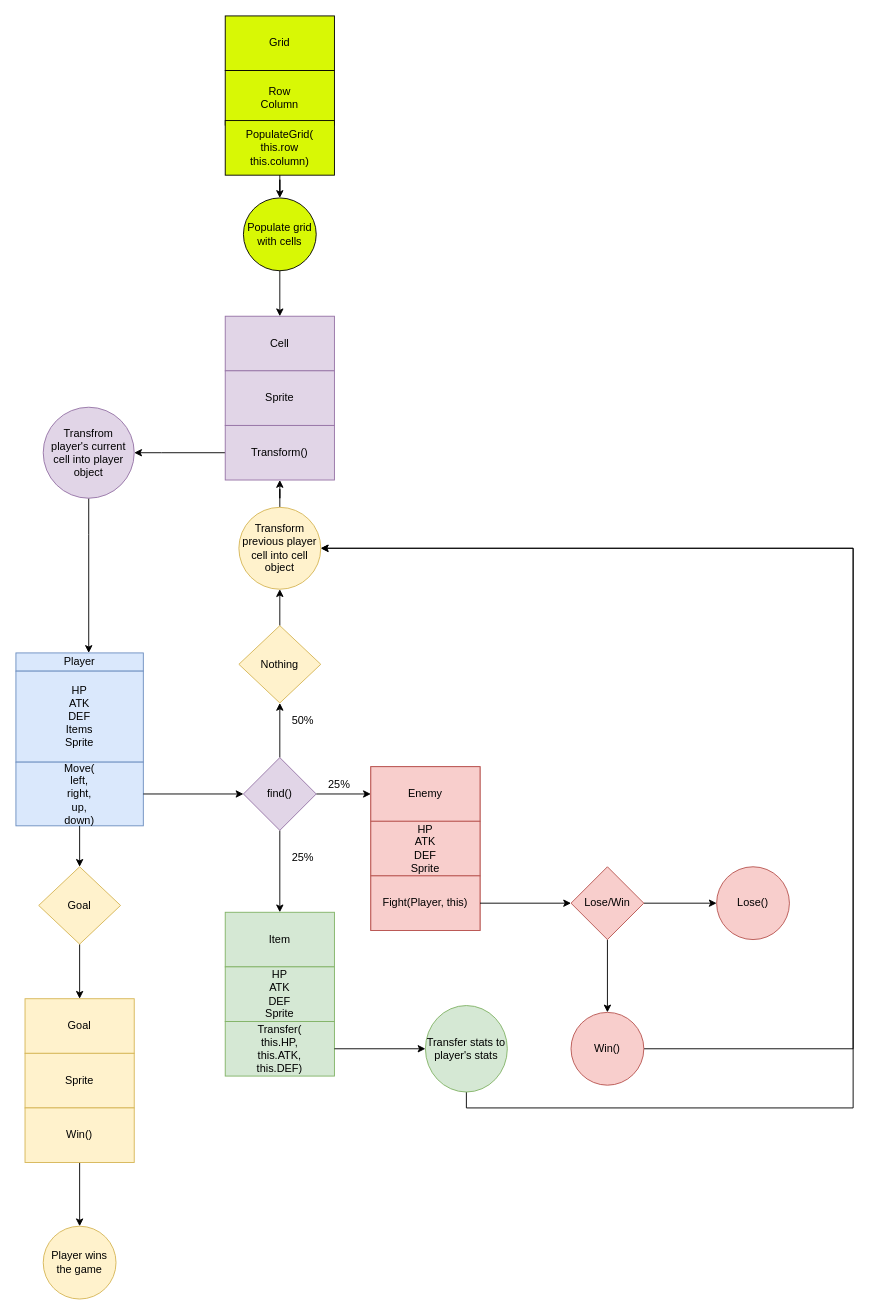
Above: Class Diagram.drawio in bombasticman/rpgGame (draw.io), before the change. Source tidied: cells renumbered, new cells numbered last; positions are measured from the earlier drawing's top-left corner, leaving out a move shared by most shapes. Both pictures are drawn from the tidied source at 91%, with x=0, y=0 at pixel (15, 15).
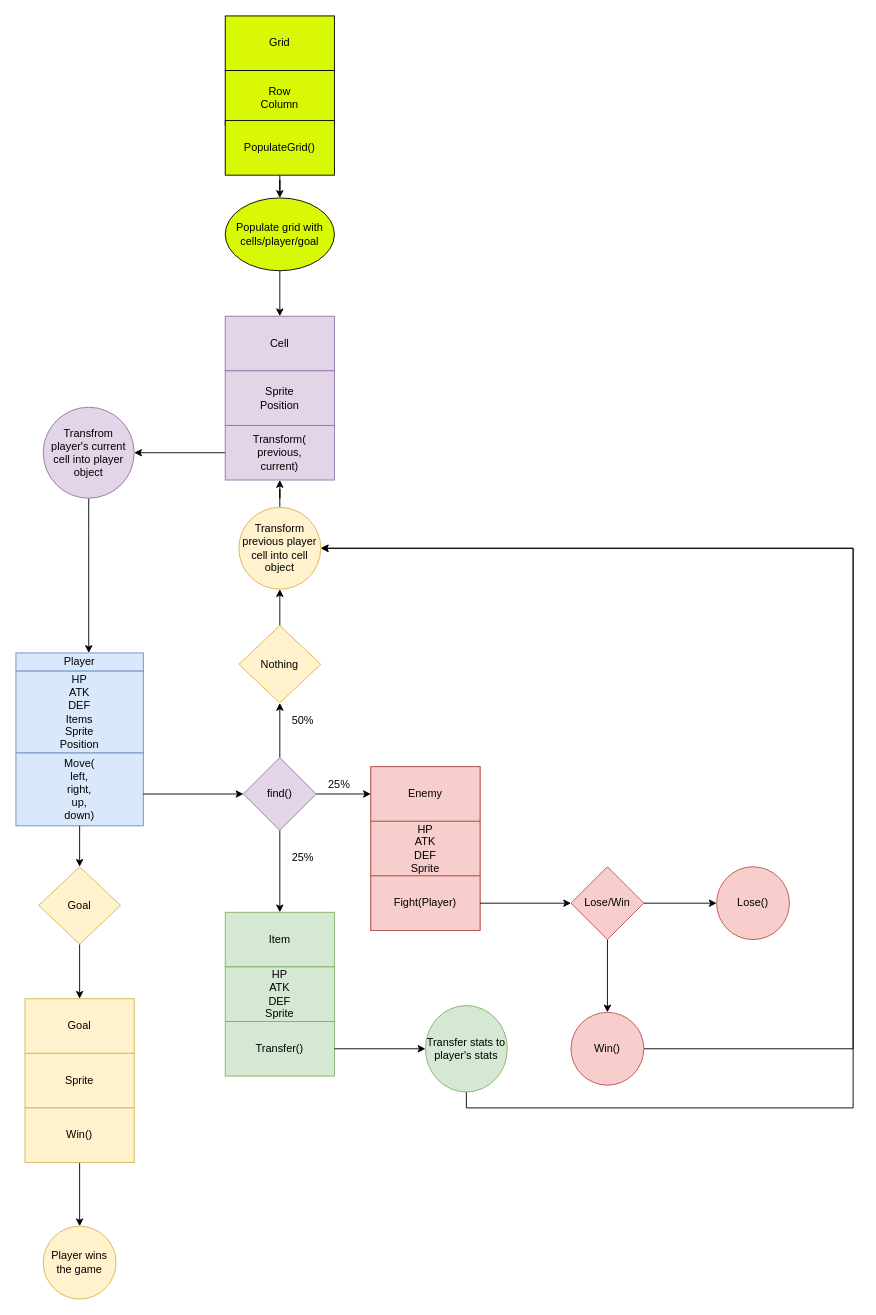
The same diagram, later.

The change refers to these unchanged cells:
```xml
<mxCell id="2" style="group;glass=0;" parent="1" vertex="1">
  <mxGeometry y="700" width="140" height="190" as="geometry" />
</mxCell>
<mxCell id="9" value="find()" style="rhombus;whiteSpace=wrap;html=1;rounded=0;fillColor=#e1d5e7;strokeColor=#9673a6;" parent="1" vertex="1">
  <mxGeometry x="250" y="815" width="80" height="80" as="geometry" />
</mxCell>
<mxCell id="15" style="group;fillColor=#f8cecc;strokeColor=#b85450;" parent="1" vertex="1">
  <mxGeometry x="390" y="825" width="120" height="180" as="geometry" />
</mxCell>
<mxCell id="19" style="group;" parent="1" vertex="1">
  <mxGeometry x="230" y="985" width="120" height="180" as="geometry" />
</mxCell>
<mxCell id="38" style="group;" parent="1" vertex="1">
  <mxGeometry x="230" y="330" width="120" height="180" as="geometry" />
</mxCell>
<mxCell id="42" style="group;" parent="1" vertex="1">
  <mxGeometry x="230" width="120" height="780" as="geometry" />
</mxCell>
```

What changed in the source:
```diff
@@
-    <mxCell id="4" value="HP&lt;br&gt;ATK&lt;br&gt;DEF&lt;br&gt;Items&lt;br&gt;Sprite" style="rounded=0;whiteSpace=wrap;html=1;fillColor=#dae8fc;strokeColor=#6c8ebf;" parent="2" vertex="1">
-      <mxGeometry y="20" width="140" height="100" as="geometry" />
+    <mxCell id="4" value="HP&lt;br&gt;ATK&lt;br&gt;DEF&lt;br&gt;Items&lt;br&gt;Sprite&lt;br&gt;Position" style="rounded=0;whiteSpace=wrap;html=1;fillColor=#dae8fc;strokeColor=#6c8ebf;" parent="2" vertex="1">
+      <mxGeometry y="20" width="140" height="90" as="geometry" />
     </mxCell>
     <mxCell id="5" value="Move(&lt;br&gt;left,&lt;br&gt;right,&lt;br&gt;up,&lt;br&gt;down)" style="rounded=0;whiteSpace=wrap;html=1;fillColor=#dae8fc;strokeColor=#6c8ebf;" parent="2" vertex="1">
-      <mxGeometry y="120" width="140" height="70" as="geometry" />
+      <mxGeometry y="110" width="140" height="80" as="geometry" />
     </mxCell>
@@
-    <mxCell id="10" style="edgeStyle=orthogonalEdgeStyle;rounded=0;jettySize=auto;html=1;" parent="1" edge="1" source="5" target="9">
+    <mxCell id="10" style="edgeStyle=orthogonalEdgeStyle;rounded=0;jettySize=auto;html=1;exitX=1;exitY=0.563;exitDx=0;exitDy=0;exitPerimeter=0;" parent="1" edge="1" source="5" target="9">
       <mxGeometry relative="1" as="geometry" />
     </mxCell>
@@
-    <mxCell id="18" value="Fight(Player, this)" style="rounded=0;whiteSpace=wrap;html=1;fillColor=#f8cecc;strokeColor=#b85450;" parent="15" vertex="1">
+    <mxCell id="18" value="Fight(Player)" style="rounded=0;whiteSpace=wrap;html=1;fillColor=#f8cecc;strokeColor=#b85450;" parent="15" vertex="1">
       <mxGeometry y="120" width="120" height="60" as="geometry" />
     </mxCell>
@@
-    <mxCell id="22" value="Transfer(&lt;br&gt;this.HP,&lt;br&gt;this.ATK,&lt;br&gt;this.DEF)" style="rounded=0;whiteSpace=wrap;html=1;fillColor=#d5e8d4;strokeColor=#82b366;" parent="19" vertex="1">
+    <mxCell id="22" value="Transfer()" style="rounded=0;whiteSpace=wrap;html=1;fillColor=#d5e8d4;strokeColor=#82b366;" parent="19" vertex="1">
       <mxGeometry y="120" width="120" height="60" as="geometry" />
     </mxCell>
@@
-    <mxCell id="40" value="Sprite" style="rounded=0;whiteSpace=wrap;html=1;glass=0;fillColor=#e1d5e7;strokeColor=#9673a6;" parent="38" vertex="1">
+    <mxCell id="40" value="Sprite&lt;br&gt;Position" style="rounded=0;whiteSpace=wrap;html=1;glass=0;fillColor=#e1d5e7;strokeColor=#9673a6;" parent="38" vertex="1">
       <mxGeometry y="60" width="120" height="60" as="geometry" />
     </mxCell>
-    <mxCell id="41" value="Transform()" style="rounded=0;whiteSpace=wrap;html=1;glass=0;fillColor=#e1d5e7;strokeColor=#9673a6;" parent="38" vertex="1">
+    <mxCell id="41" value="Transform(&lt;br&gt;previous,&lt;br&gt;current)" style="rounded=0;whiteSpace=wrap;html=1;glass=0;fillColor=#e1d5e7;strokeColor=#9673a6;" parent="38" vertex="1">
       <mxGeometry y="120" width="120" height="60" as="geometry" />
     </mxCell>
@@
-    <mxCell id="45" value="PopulateGrid(&lt;br&gt;this.row&lt;br&gt;this.column)" style="rounded=0;whiteSpace=wrap;html=1;glass=0;fillColor=#D8F805;" parent="42" vertex="1">
+    <mxCell id="45" value="PopulateGrid()" style="rounded=0;whiteSpace=wrap;html=1;glass=0;fillColor=#D8F805;" parent="42" vertex="1">
       <mxGeometry y="115" width="120" height="60" as="geometry" />
     </mxCell>
-    <mxCell id="46" value="Populate grid with cells" style="ellipse;whiteSpace=wrap;html=1;fillColor=#D8F805;rounded=0;glass=0;" parent="42" vertex="1">
-      <mxGeometry x="20" y="200" width="80" height="80" as="geometry" />
+    <mxCell id="46" value="Populate grid with cells/player/goal" style="ellipse;whiteSpace=wrap;html=1;fillColor=#D8F805;rounded=0;glass=0;" parent="42" vertex="1">
+      <mxGeometry y="200" width="120" height="80" as="geometry" />
     </mxCell>
```
